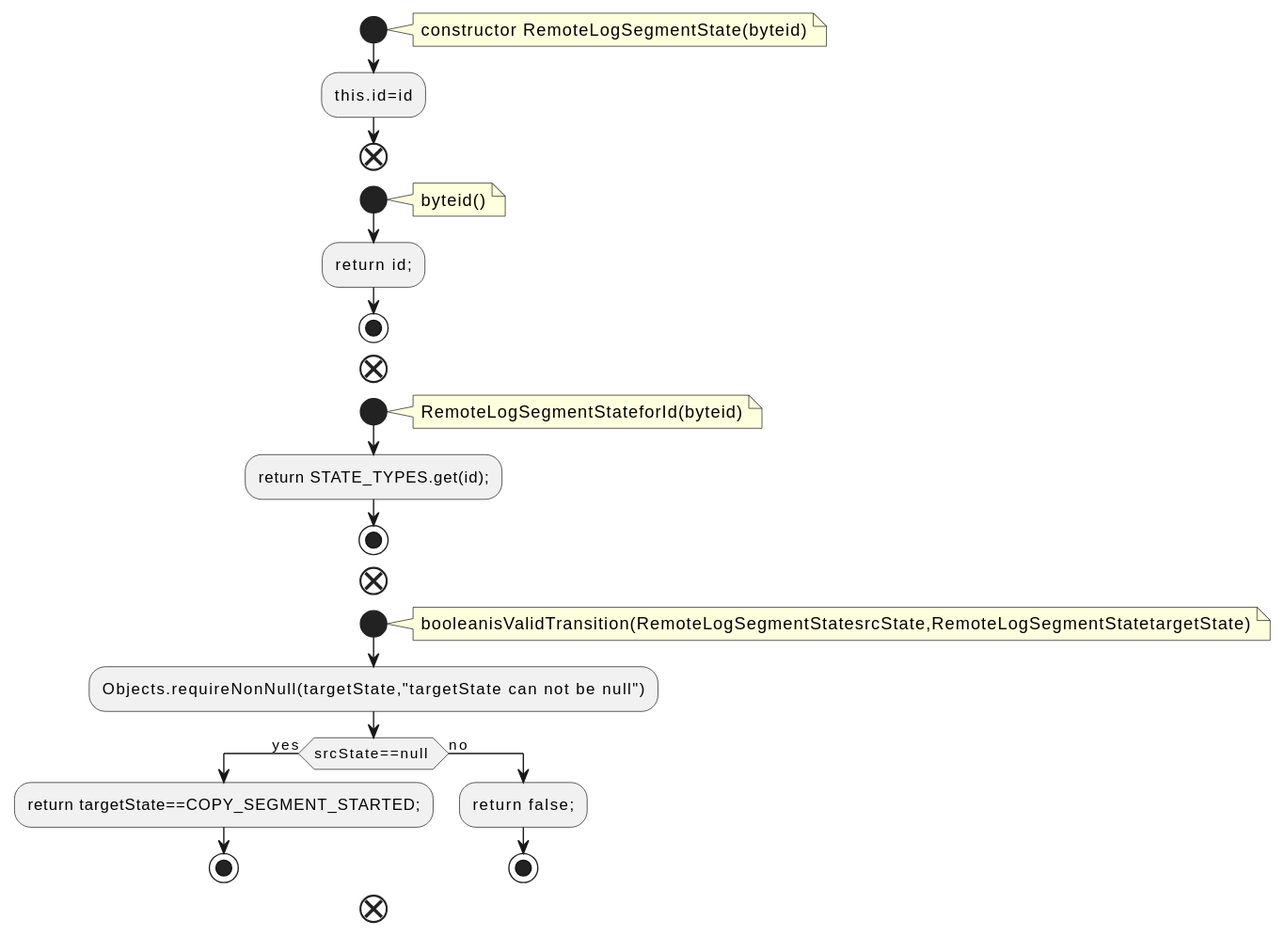
The PlantUML diagram docs/qc/storage/api/src/main/java/org/apache/kafka/server/log/remote/storage/RemoteLogSegmentState.java.fct.svg in qualitesys/kafka, before a commit.
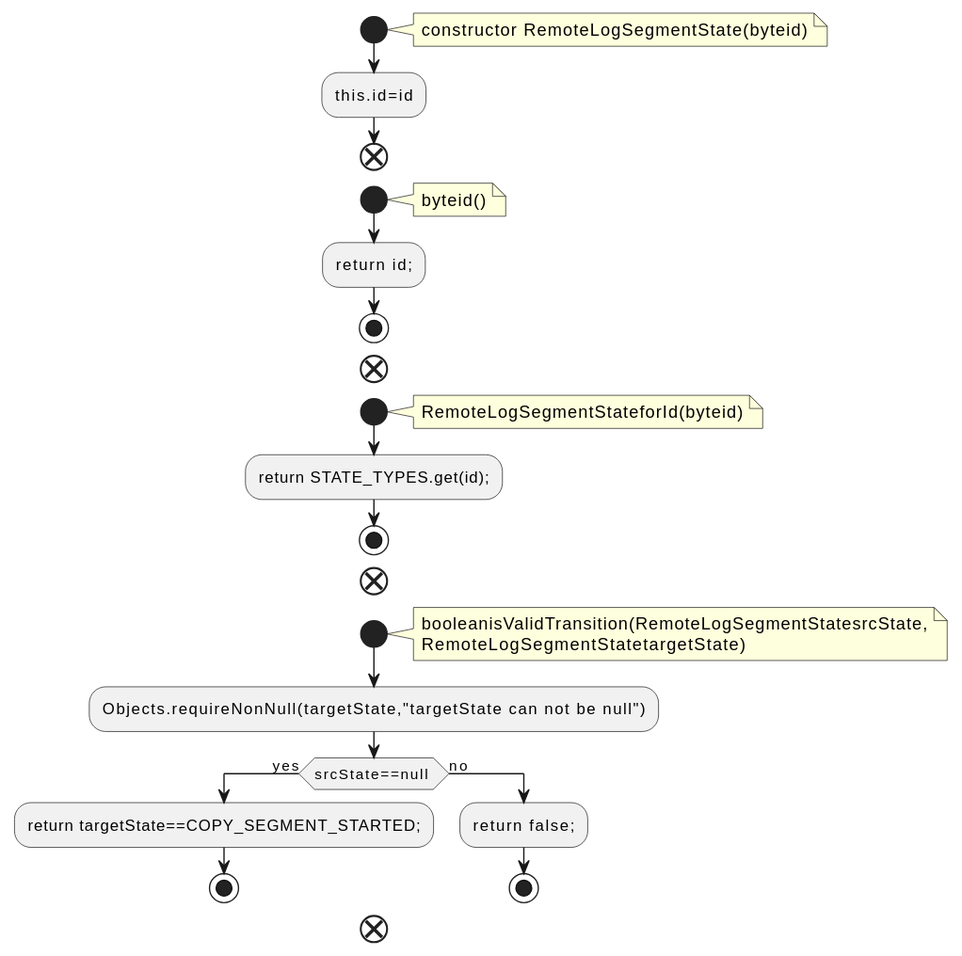
Above is the later version.

Diff of the diagram source:
```diff
@@ -22,7 +22,8 @@
 end
 start
 note right
-booleanisValidTransition(RemoteLogSegmentStatesrcState,RemoteLogSegmentStatetargetState)
+booleanisValidTransition(RemoteLogSegmentStatesrcState,
+RemoteLogSegmentStatetargetState)
 end note
 :Objects.requireNonNull(targetState,"targetState can not be null");
 if (srcState==null ) then (yes)
```
